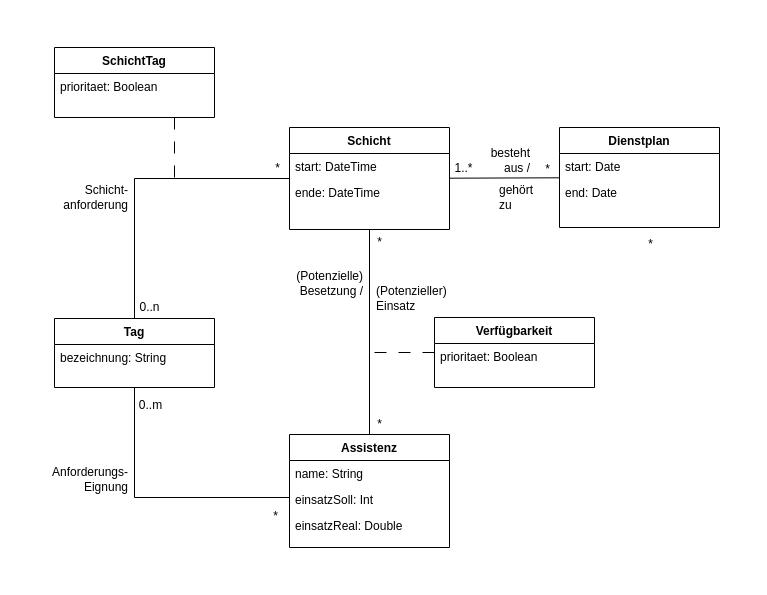
annikalenneper/praxisprojekt_mi_bachelor_SoSe24 keeps this draw.io diagram as page "V-2" (2 of 2) of 4_Entwurf/4_UML/4_UML_Klassendiagramme/Domänenklassendiagramm_Anforderungsspezifikation.drawio. Above is the earlier version. Source tidied: cells renumbered, new cells numbered last; positions are measured from the earlier drawing's top-left corner, leaving out a move shared by most shapes. Both pictures are drawn from the tidied source at 100%, with x=0, y=0 at pixel (29, 47).
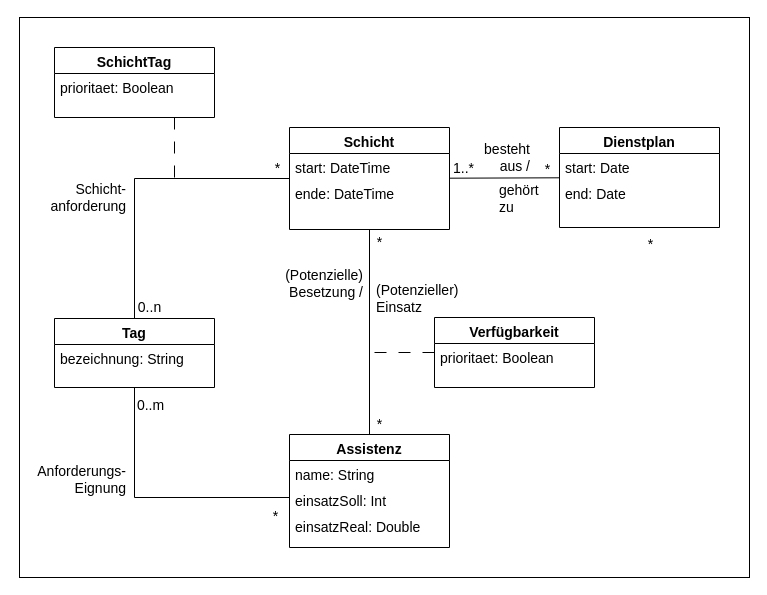
The same page after the edit.

What changed in the source:
```diff
@@
+    <mxCell id="39" style="rounded=0;whiteSpace=wrap;html=1;" parent="1" vertex="1">
+      <mxGeometry x="-10" y="-30" width="730" height="560" as="geometry" />
+    </mxCell>
-    <mxCell id="2" value="Schicht" style="swimlane;fontStyle=1;align=center;verticalAlign=top;horizontal=1;startSize=26;rounded=0;shadow=0;strokeWidth=1;" parent="1" vertex="1">
+    <mxCell id="2" value="Schicht" style="swimlane;fontStyle=1;align=center;verticalAlign=top;horizontal=1;startSize=26;rounded=0;shadow=0;strokeWidth=1;fontSize=14;" parent="1" vertex="1">
       <mxGeometry x="260" y="80" width="160" height="102" as="geometry" />
     </mxCell>
-    <mxCell id="3" value="start: DateTime" style="text;align=left;verticalAlign=top;spacingLeft=4;spacingRight=4;overflow=hidden;rounded=0;shadow=0;html=0;" parent="2" vertex="1">
+    <mxCell id="3" value="start: DateTime" style="text;align=left;verticalAlign=top;spacingLeft=4;spacingRight=4;overflow=hidden;rounded=0;shadow=0;html=0;fontSize=14;" parent="2" vertex="1">
       <mxGeometry y="26" width="160" height="26" as="geometry" />
     </mxCell>
-    <mxCell id="4" value="ende: DateTime" style="text;align=left;verticalAlign=top;spacingLeft=4;spacingRight=4;overflow=hidden;rounded=0;shadow=0;html=0;" parent="2" vertex="1">
+    <mxCell id="4" value="ende: DateTime" style="text;align=left;verticalAlign=top;spacingLeft=4;spacingRight=4;overflow=hidden;rounded=0;shadow=0;html=0;fontSize=14;" parent="2" vertex="1">
       <mxGeometry y="52" width="160" height="26" as="geometry" />
     </mxCell>
-    <mxCell id="5" value="Verfügbarkeit" style="swimlane;fontStyle=1;align=center;verticalAlign=top;horizontal=1;startSize=26;rounded=0;shadow=0;strokeWidth=1;" parent="1" vertex="1">
+    <mxCell id="5" value="Verfügbarkeit" style="swimlane;fontStyle=1;align=center;verticalAlign=top;horizontal=1;startSize=26;rounded=0;shadow=0;strokeWidth=1;fontSize=14;" parent="1" vertex="1">
       <mxGeometry x="405" y="270" width="160" height="70" as="geometry" />
     </mxCell>
-    <mxCell id="6" value="prioritaet: Boolean" style="text;align=left;verticalAlign=top;spacingLeft=4;spacingRight=4;overflow=hidden;" parent="5" vertex="1">
+    <mxCell id="6" value="prioritaet: Boolean" style="text;align=left;verticalAlign=top;spacingLeft=4;spacingRight=4;overflow=hidden;fontSize=14;" parent="5" vertex="1">
       <mxGeometry y="26" width="160" height="24" as="geometry" />
     </mxCell>
-    <mxCell id="7" value="Tag" style="swimlane;fontStyle=1;align=center;verticalAlign=top;horizontal=1;startSize=26;rounded=0;shadow=0;strokeWidth=1;" parent="1" vertex="1">
+    <mxCell id="7" value="Tag" style="swimlane;fontStyle=1;align=center;verticalAlign=top;horizontal=1;startSize=26;rounded=0;shadow=0;strokeWidth=1;fontSize=14;" parent="1" vertex="1">
       <mxGeometry x="25" y="271" width="160" height="69" as="geometry" />
     </mxCell>
-    <mxCell id="8" value="bezeichnung: String" style="text;align=left;verticalAlign=top;spacingLeft=4;spacingRight=4;overflow=hidden;rounded=0;shadow=0;html=0;" parent="7" vertex="1">
+    <mxCell id="8" value="bezeichnung: String" style="text;align=left;verticalAlign=top;spacingLeft=4;spacingRight=4;overflow=hidden;rounded=0;shadow=0;html=0;fontSize=14;" parent="7" vertex="1">
       <mxGeometry y="26" width="160" height="26" as="geometry" />
     </mxCell>
-    <mxCell id="9" value="Assistenz" style="swimlane;fontStyle=1;align=center;verticalAlign=top;horizontal=1;startSize=26;rounded=0;shadow=0;strokeWidth=1;" parent="1" vertex="1">
+    <mxCell id="9" value="Assistenz" style="swimlane;fontStyle=1;align=center;verticalAlign=top;horizontal=1;startSize=26;rounded=0;shadow=0;strokeWidth=1;fontSize=14;" parent="1" vertex="1">
       <mxGeometry x="260" y="387" width="160" height="113" as="geometry" />
     </mxCell>
-    <mxCell id="10" value="name: String" style="text;align=left;verticalAlign=top;spacingLeft=4;spacingRight=4;overflow=hidden;" parent="9" vertex="1">
+    <mxCell id="10" value="name: String" style="text;align=left;verticalAlign=top;spacingLeft=4;spacingRight=4;overflow=hidden;fontSize=14;" parent="9" vertex="1">
       <mxGeometry y="26" width="160" height="26" as="geometry" />
     </mxCell>
-    <mxCell id="11" value="einsatzSoll: Int" style="text;align=left;verticalAlign=top;spacingLeft=4;spacingRight=4;overflow=hidden;rounded=0;shadow=0;html=0;" parent="9" vertex="1">
+    <mxCell id="11" value="einsatzSoll: Int" style="text;align=left;verticalAlign=top;spacingLeft=4;spacingRight=4;overflow=hidden;rounded=0;shadow=0;html=0;fontSize=14;" parent="9" vertex="1">
       <mxGeometry y="52" width="160" height="26" as="geometry" />
     </mxCell>
-    <mxCell id="12" value="einsatzReal: Double" style="text;align=left;verticalAlign=top;spacingLeft=4;spacingRight=4;overflow=hidden;rounded=0;shadow=0;html=0;" parent="9" vertex="1">
+    <mxCell id="12" value="einsatzReal: Double" style="text;align=left;verticalAlign=top;spacingLeft=4;spacingRight=4;overflow=hidden;rounded=0;shadow=0;html=0;fontSize=14;" parent="9" vertex="1">
       <mxGeometry y="78" width="160" height="26" as="geometry" />
     </mxCell>
-    <mxCell id="13" style="endArrow=none;endSize=10;endFill=0;shadow=0;strokeWidth=1;rounded=0;elbow=vertical;" parent="1" edge="1" source="32" target="2">
+    <mxCell id="13" style="endArrow=none;endSize=10;endFill=0;shadow=0;strokeWidth=1;rounded=0;elbow=vertical;fontSize=14;" parent="1" edge="1" source="32" target="2">
       <mxGeometry relative="1" as="geometry" />
     </mxCell>
-    <mxCell id="14" style="endArrow=none;startArrow=none;endFill=0;startFill=0;html=1;rounded=0;" parent="1" edge="1" source="2" target="9">
+    <mxCell id="14" style="endArrow=none;startArrow=none;endFill=0;startFill=0;html=1;rounded=0;fontSize=14;" parent="1" edge="1" source="2" target="9">
       <mxGeometry relative="1" as="geometry" />
     </mxCell>
-    <mxCell id="15" style="endArrow=none;startArrow=none;endFill=0;startFill=0;html=1;rounded=0;edgeStyle=orthogonalEdgeStyle;" parent="1" edge="1" source="7" target="9">
+    <mxCell id="15" style="endArrow=none;startArrow=none;endFill=0;startFill=0;html=1;rounded=0;edgeStyle=orthogonalEdgeStyle;fontSize=14;" parent="1" edge="1" source="7" target="9">
       <mxGeometry relative="1" as="geometry">
         <Array as="points">
           <mxPoint x="105" y="450" />
         </Array>
       </mxGeometry>
     </mxCell>
-    <mxCell id="16" style="endArrow=none;startArrow=none;endFill=0;startFill=0;html=1;rounded=0;edgeStyle=orthogonalEdgeStyle;" parent="1" edge="1" source="7" target="2">
+    <mxCell id="16" style="endArrow=none;startArrow=none;endFill=0;startFill=0;html=1;rounded=0;edgeStyle=orthogonalEdgeStyle;fontSize=14;" parent="1" edge="1" source="7" target="2">
       <mxGeometry relative="1" as="geometry">
         <Array as="points">
           <mxPoint x="105" y="131" />
         </Array>
       </mxGeometry>
     </mxCell>
-    <mxCell id="17" value="SchichtTag" style="swimlane;fontStyle=1;align=center;verticalAlign=top;horizontal=1;startSize=26;rounded=0;shadow=0;strokeWidth=1;" parent="1" vertex="1">
+    <mxCell id="17" value="SchichtTag" style="swimlane;fontStyle=1;align=center;verticalAlign=top;horizontal=1;startSize=26;rounded=0;shadow=0;strokeWidth=1;fontSize=14;" parent="1" vertex="1">
       <mxGeometry x="25" width="160" height="70" as="geometry" />
     </mxCell>
-    <mxCell id="18" value="prioritaet: Boolean" style="text;align=left;verticalAlign=top;spacingLeft=4;spacingRight=4;overflow=hidden;" parent="17" vertex="1">
+    <mxCell id="18" value="prioritaet: Boolean" style="text;align=left;verticalAlign=top;spacingLeft=4;spacingRight=4;overflow=hidden;fontSize=14;" parent="17" vertex="1">
       <mxGeometry y="26" width="160" height="24" as="geometry" />
     </mxCell>
-    <mxCell id="19" style="endArrow=none;startArrow=none;endFill=0;startFill=0;html=1;rounded=0;dashed=1;dashPattern=12 12;" parent="1" edge="1" target="5">
+    <mxCell id="19" style="endArrow=none;startArrow=none;endFill=0;startFill=0;html=1;rounded=0;dashed=1;dashPattern=12 12;fontSize=14;" parent="1" edge="1" target="5">
       <mxGeometry relative="1" as="geometry">
         <mxPoint x="345" y="305" as="sourcePoint" />
       </mxGeometry>
     </mxCell>
-    <mxCell id="20" style="endArrow=none;startArrow=none;endFill=0;startFill=0;html=1;rounded=0;dashed=1;dashPattern=12 12;exitX=0.75;exitY=1;exitDx=0;exitDy=0;" parent="1" edge="1" source="17">
+    <mxCell id="20" style="endArrow=none;startArrow=none;endFill=0;startFill=0;html=1;rounded=0;dashed=1;dashPattern=12 12;exitX=0.75;exitY=1;exitDx=0;exitDy=0;fontSize=14;" parent="1" edge="1" source="17">
       <mxGeometry relative="1" as="geometry">
         <mxPoint x="145" y="130" as="targetPoint" />
       </mxGeometry>
     </mxCell>
-    <mxCell id="21" value="*" style="text;html=1;align=center;verticalAlign=middle;strokeColor=none;fillColor=none;" parent="1" vertex="1">
+    <mxCell id="21" value="*" style="text;html=1;align=center;verticalAlign=middle;strokeColor=none;fillColor=none;fontSize=14;" parent="1" vertex="1">
       <mxGeometry x="233" y="106" width="30" height="30" as="geometry" />
     </mxCell>
-    <mxCell id="22" value="0..n" style="text;html=1;align=center;verticalAlign=middle;strokeColor=none;fillColor=none;" parent="1" vertex="1">
-      <mxGeometry x="100" y="245" width="40" height="30" as="geometry" />
+    <mxCell id="22" value="0..n" style="text;html=1;align=center;verticalAlign=middle;strokeColor=none;fillColor=none;fontSize=14;" parent="1" vertex="1">
+      <mxGeometry x="95" y="245" width="50" height="30" as="geometry" />
     </mxCell>
-    <mxCell id="23" value="0..m" style="text;html=1;align=center;verticalAlign=middle;strokeColor=none;fillColor=none;" parent="1" vertex="1">
+    <mxCell id="23" value="0..m" style="text;html=1;align=center;verticalAlign=middle;strokeColor=none;fillColor=none;fontSize=14;" parent="1" vertex="1">
       <mxGeometry x="96" y="343" width="50" height="30" as="geometry" />
     </mxCell>
-    <mxCell id="24" value="*" style="text;html=1;align=center;verticalAlign=middle;strokeColor=none;fillColor=none;" parent="1" vertex="1">
+    <mxCell id="24" value="*" style="text;html=1;align=center;verticalAlign=middle;strokeColor=none;fillColor=none;fontSize=14;" parent="1" vertex="1">
       <mxGeometry x="606" y="182" width="30" height="30" as="geometry" />
     </mxCell>
-    <mxCell id="25" value="*" style="text;html=1;align=center;verticalAlign=middle;strokeColor=none;fillColor=none;" parent="1" vertex="1">
+    <mxCell id="25" value="*" style="text;html=1;align=center;verticalAlign=middle;strokeColor=none;fillColor=none;fontSize=14;" parent="1" vertex="1">
       <mxGeometry x="335" y="362" width="30" height="30" as="geometry" />
     </mxCell>
-    <mxCell id="26" value="*" style="text;html=1;align=center;verticalAlign=middle;strokeColor=none;fillColor=none;" parent="1" vertex="1">
+    <mxCell id="26" value="*" style="text;html=1;align=center;verticalAlign=middle;strokeColor=none;fillColor=none;fontSize=14;" parent="1" vertex="1">
       <mxGeometry x="335" y="180" width="30" height="30" as="geometry" />
     </mxCell>
-    <mxCell id="27" value="*" style="text;html=1;align=center;verticalAlign=middle;strokeColor=none;fillColor=none;" parent="1" vertex="1">
+    <mxCell id="27" value="*" style="text;html=1;align=center;verticalAlign=middle;strokeColor=none;fillColor=none;fontSize=14;" parent="1" vertex="1">
       <mxGeometry x="231" y="454" width="30" height="30" as="geometry" />
     </mxCell>
-    <mxCell id="28" value="Schicht-&lt;div&gt;anforderung&lt;/div&gt;" style="text;html=1;align=right;verticalAlign=middle;strokeColor=none;fillColor=none;" parent="1" vertex="1">
-      <mxGeometry x="10" y="130" width="90" height="40" as="geometry" />
+    <mxCell id="28" value="Schicht-&lt;div&gt;anforderung&lt;/div&gt;" style="text;html=1;align=right;verticalAlign=middle;strokeColor=none;fillColor=none;fontSize=14;" parent="1" vertex="1">
+      <mxGeometry x="-2" y="125" width="100" height="50" as="geometry" />
     </mxCell>
-    <mxCell id="29" value="Anforderungs-&lt;div&gt;Eignung&lt;/div&gt;" style="text;html=1;align=right;verticalAlign=middle;strokeColor=none;fillColor=none;" parent="1" vertex="1">
-      <mxGeometry y="412" width="100" height="40" as="geometry" />
+    <mxCell id="29" value="Anforderungs-&lt;div&gt;Eignung&lt;/div&gt;" style="text;html=1;align=right;verticalAlign=middle;strokeColor=none;fillColor=none;fontSize=14;" parent="1" vertex="1">
+      <mxGeometry x="-12" y="407" width="110" height="50" as="geometry" />
     </mxCell>
-    <mxCell id="30" value="(Potenzielle)&lt;br&gt;Besetzung /" style="text;html=1;align=right;verticalAlign=middle;strokeColor=none;fillColor=none;" parent="1" vertex="1">
-      <mxGeometry x="245" y="216" width="90" height="40" as="geometry" />
+    <mxCell id="30" value="(Potenzielle)&lt;br&gt;Besetzung /" style="text;html=1;align=right;verticalAlign=middle;strokeColor=none;fillColor=none;fontSize=14;" parent="1" vertex="1">
+      <mxGeometry x="235" y="211" width="100" height="50" as="geometry" />
     </mxCell>
-    <mxCell id="31" value="(Potenzieller)&lt;br&gt;Einsatz" style="text;html=1;align=left;verticalAlign=middle;strokeColor=none;fillColor=none;" parent="1" vertex="1">
-      <mxGeometry x="345" y="231" width="90" height="40" as="geometry" />
+    <mxCell id="31" value="(Potenzieller)&lt;br&gt;Einsatz" style="text;html=1;align=left;verticalAlign=middle;strokeColor=none;fillColor=none;fontSize=14;" parent="1" vertex="1">
+      <mxGeometry x="345" y="226" width="110" height="50" as="geometry" />
     </mxCell>
-    <mxCell id="32" value="Dienstplan" style="swimlane;fontStyle=1;align=center;verticalAlign=top;horizontal=1;startSize=26;rounded=0;shadow=0;strokeWidth=1;" parent="1" vertex="1">
+    <mxCell id="32" value="Dienstplan" style="swimlane;fontStyle=1;align=center;verticalAlign=top;horizontal=1;startSize=26;rounded=0;shadow=0;strokeWidth=1;fontSize=14;" parent="1" vertex="1">
       <mxGeometry x="530" y="80" width="160" height="100" as="geometry" />
     </mxCell>
-    <mxCell id="33" value="start: Date" style="text;align=left;verticalAlign=top;spacingLeft=4;spacingRight=4;overflow=hidden;rounded=0;shadow=0;html=0;" parent="32" vertex="1">
+    <mxCell id="33" value="start: Date" style="text;align=left;verticalAlign=top;spacingLeft=4;spacingRight=4;overflow=hidden;rounded=0;shadow=0;html=0;fontSize=14;" parent="32" vertex="1">
       <mxGeometry y="26" width="160" height="26" as="geometry" />
     </mxCell>
-    <mxCell id="34" value="end: Date" style="text;align=left;verticalAlign=top;spacingLeft=4;spacingRight=4;overflow=hidden;rounded=0;shadow=0;html=0;" parent="32" vertex="1">
+    <mxCell id="34" value="end: Date" style="text;align=left;verticalAlign=top;spacingLeft=4;spacingRight=4;overflow=hidden;rounded=0;shadow=0;html=0;fontSize=14;" parent="32" vertex="1">
       <mxGeometry y="52" width="160" height="26" as="geometry" />
     </mxCell>
-    <mxCell id="35" value="1..*" style="text;html=1;align=center;verticalAlign=middle;strokeColor=none;fillColor=none;" parent="1" vertex="1">
+    <mxCell id="35" value="1..*" style="text;html=1;align=center;verticalAlign=middle;strokeColor=none;fillColor=none;fontSize=14;" parent="1" vertex="1">
       <mxGeometry x="414" y="106" width="40" height="30" as="geometry" />
     </mxCell>
-    <mxCell id="36" value="*" style="text;html=1;align=center;verticalAlign=middle;strokeColor=none;fillColor=none;" parent="1" vertex="1">
+    <mxCell id="36" value="*" style="text;html=1;align=center;verticalAlign=middle;strokeColor=none;fillColor=none;fontSize=14;" parent="1" vertex="1">
       <mxGeometry x="503" y="107" width="30" height="30" as="geometry" />
     </mxCell>
-    <mxCell id="37" value="besteht&lt;div&gt;aus /&lt;/div&gt;" style="text;html=1;align=right;verticalAlign=middle;strokeColor=none;fillColor=none;" parent="1" vertex="1">
-      <mxGeometry x="442" y="93" width="60" height="40" as="geometry" />
+    <mxCell id="37" value="besteht&lt;div&gt;aus /&lt;/div&gt;" style="text;html=1;align=right;verticalAlign=middle;strokeColor=none;fillColor=none;fontSize=14;" parent="1" vertex="1">
+      <mxGeometry x="432" y="85" width="70" height="50" as="geometry" />
     </mxCell>
-    <mxCell id="38" value="gehört&lt;div&gt;zu&lt;/div&gt;" style="text;html=1;align=left;verticalAlign=middle;strokeColor=none;fillColor=none;" parent="1" vertex="1">
-      <mxGeometry x="468" y="130" width="60" height="40" as="geometry" />
+    <mxCell id="38" value="gehört&lt;div&gt;zu&lt;/div&gt;" style="text;html=1;align=left;verticalAlign=middle;strokeColor=none;fillColor=none;fontSize=14;" parent="1" vertex="1">
+      <mxGeometry x="468" y="126" width="60" height="50" as="geometry" />
     </mxCell>
```
